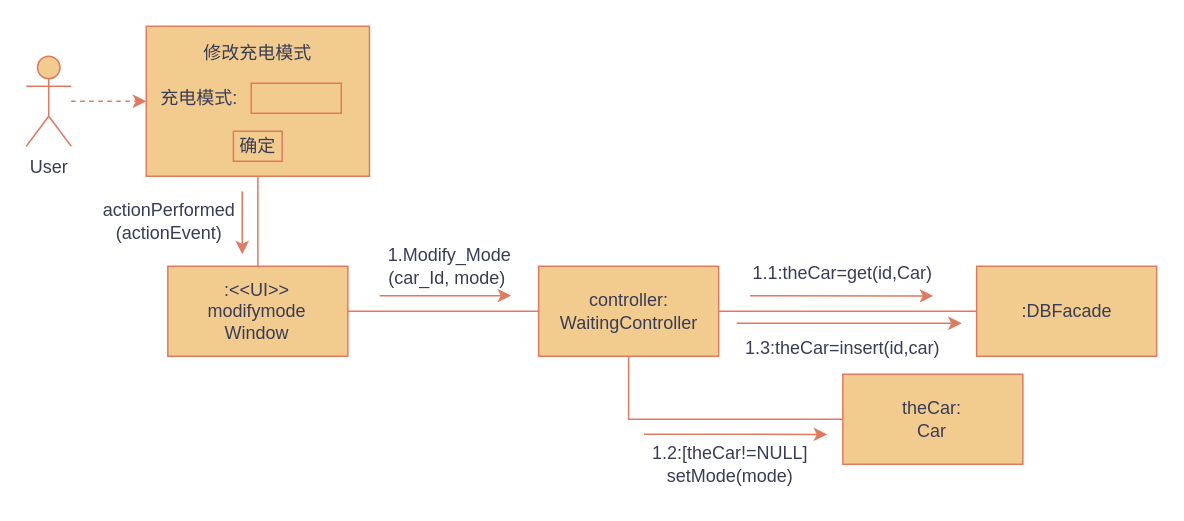
This is 2.1.3.drawio from uk-pk-mkk/OOD-UML, a draw.io file, before an edit. Source tidied: cells renumbered, new cells numbered last; positions are measured from the earlier drawing's top-left corner, leaving out a move shared by most shapes. Both pictures are drawn from the tidied source at 150%, with x=0, y=0 at pixel (26, 26).
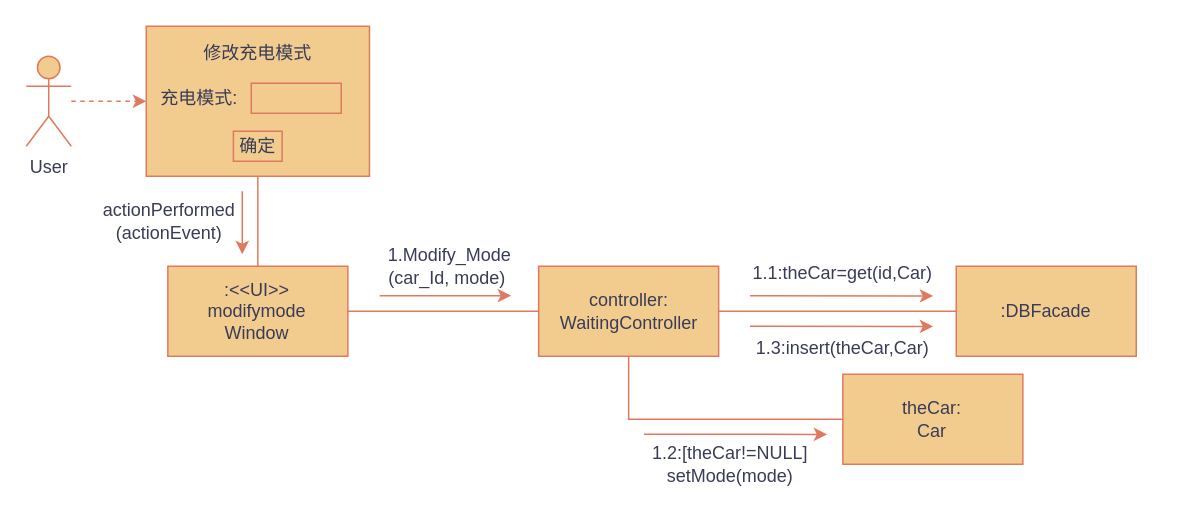
The same diagram, later.

Diff of the diagram source:
```diff
@@
     <mxCell id="15" value=":DBFacade" style="rounded=0;whiteSpace=wrap;html=1;labelBackgroundColor=none;fillColor=#F2CC8F;strokeColor=#E07A5F;fontColor=#393C56;" parent="1" vertex="1">
-      <mxGeometry x="633.6" y="160" width="120" height="60" as="geometry" />
+      <mxGeometry x="620" y="160" width="120" height="60" as="geometry" />
     </mxCell>
@@
-    <mxCell id="17" value="1.3:theCar=insert(id,car)" style="text;html=1;align=center;verticalAlign=middle;strokeColor=none;fillColor=none;rounded=0;labelBackgroundColor=none;fontColor=#393C56;" parent="1" vertex="1">
-      <mxGeometry x="468.6" y="200" width="150" height="30" as="geometry" />
+    <mxCell id="17" value="1.3:insert(theCar,Car)" style="text;html=1;align=center;verticalAlign=middle;strokeColor=none;fillColor=none;rounded=0;labelBackgroundColor=none;fontColor=#393C56;" parent="1" vertex="1">
+      <mxGeometry x="473.6" y="200" width="140" height="30" as="geometry" />
     </mxCell>
@@
-    <mxCell id="22" style="endArrow=classic;html=1;rounded=0;labelBackgroundColor=none;strokeColor=#E07A5F;fontColor=default;" parent="1" edge="1">
-      <mxGeometry relative="1" as="geometry">
-        <mxPoint x="473.6" y="198" as="sourcePoint" />
-        <mxPoint x="623.6" y="198" as="targetPoint" />
-      </mxGeometry>
-    </mxCell>
@@
+    <mxCell id="27" style="endArrow=classic;html=1;rounded=0;labelBackgroundColor=none;strokeColor=#E07A5F;fontColor=default;exitX=0.099;exitY=-0.003;exitDx=0;exitDy=0;exitPerimeter=0;" parent="1" edge="1">
+      <mxGeometry relative="1" as="geometry">
+        <mxPoint x="482.5" y="200" as="sourcePoint" />
+        <mxPoint x="604.7" y="200.1" as="targetPoint" />
+      </mxGeometry>
+    </mxCell>
```
